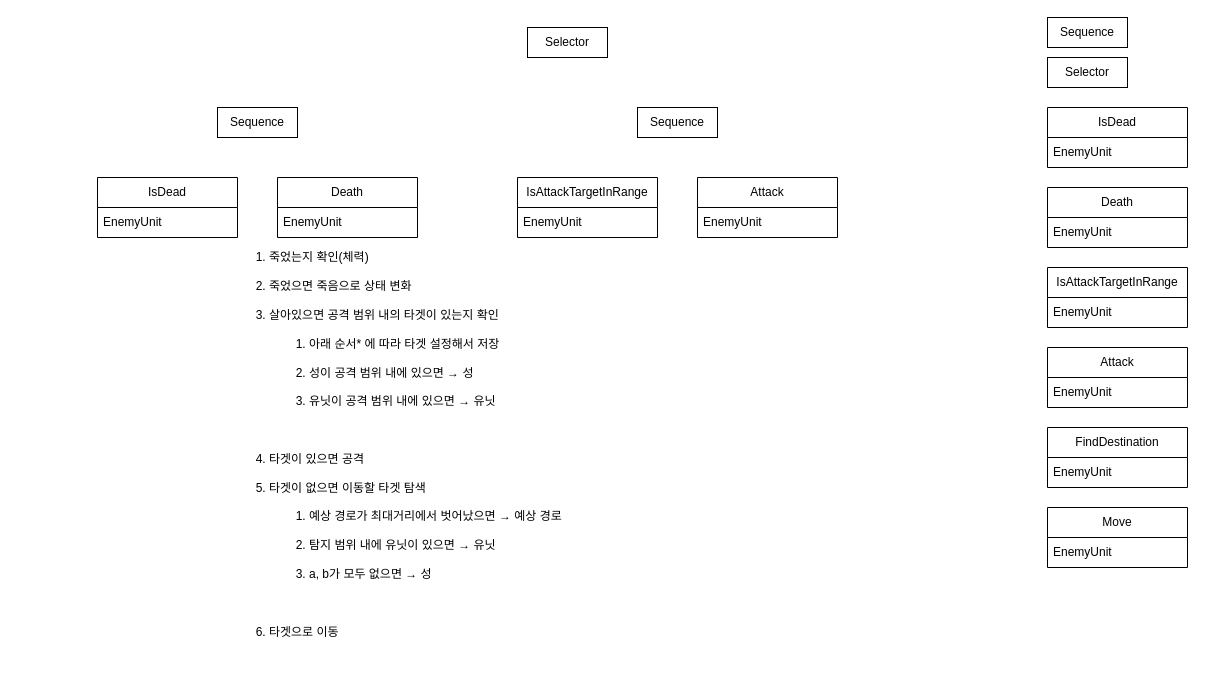
Earlier version of the draw.io diagram lastcastle_enemy_bt_diagram.drawio (HyoSupSong/drawio). Source tidied: cells renumbered, new cells numbered last; positions are measured from the earlier drawing's top-left corner, leaving out a move shared by most shapes. Both pictures are drawn from the tidied source at 100%, with x=0, y=0 at pixel (97, 17).
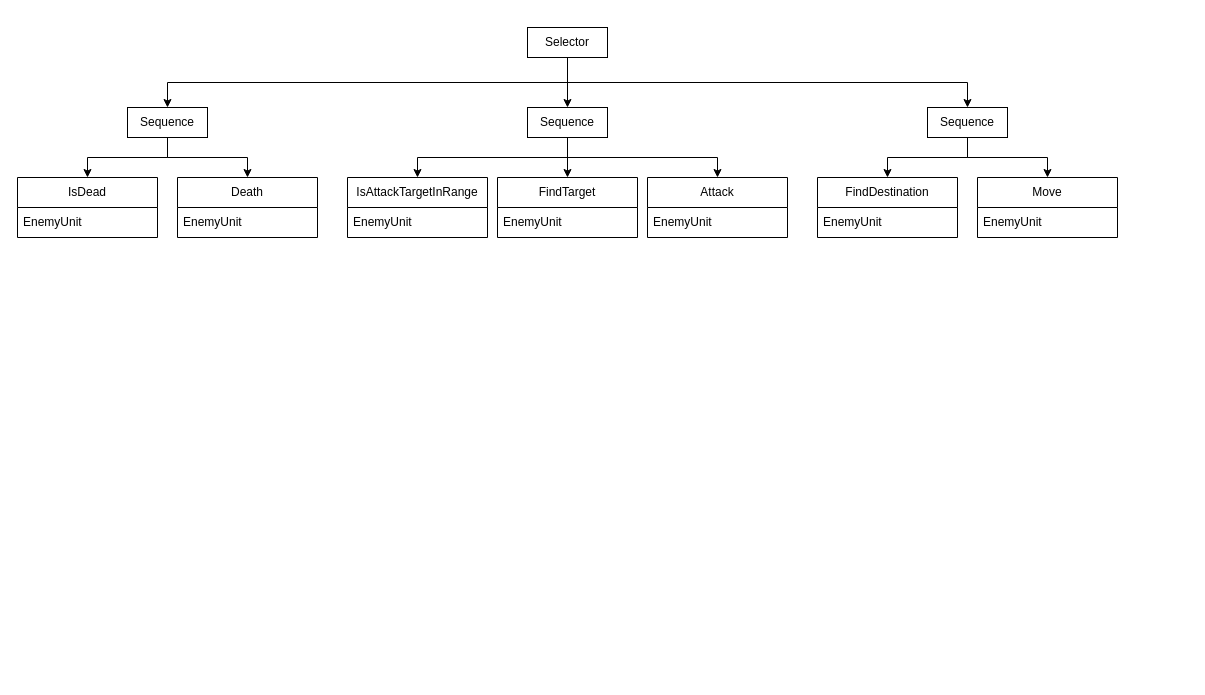
After the change.

The change refers to these unchanged cells:
```xml
<mxCell id="6" value="Selector" style="rounded=0;whiteSpace=wrap;html=1;" parent="1" vertex="1">
  <mxGeometry x="430" y="10" width="80" height="30" as="geometry" />
</mxCell>
```

What changed in the source:
```diff
@@
-    <mxCell id="2" value="Selector" style="rounded=0;whiteSpace=wrap;html=1;" parent="1" vertex="1">
-      <mxGeometry x="950" y="40" width="80" height="30" as="geometry" />
-    </mxCell>
-    <mxCell id="3" value="Sequence" style="rounded=0;whiteSpace=wrap;html=1;" parent="1" vertex="1">
-      <mxGeometry x="950" width="80" height="30" as="geometry" />
-    </mxCell>
-    <mxCell id="4" value="IsDead" style="swimlane;fontStyle=0;horizontal=1;startSize=30;whiteSpace=wrap;html=1;" parent="1" vertex="1">
-      <mxGeometry x="950" y="90" width="140" height="60" as="geometry" />
-    </mxCell>
-    <mxCell id="5" value="EnemyUnit" style="text;strokeColor=none;fillColor=none;align=left;verticalAlign=middle;spacingLeft=4;spacingRight=4;overflow=hidden;whiteSpace=wrap;html=1;" parent="4" vertex="1">
-      <mxGeometry y="30" width="140" height="30" as="geometry" />
-    </mxCell>
+    <mxCell id="28" style="edgeStyle=orthogonalEdgeStyle;rounded=0;jettySize=auto;html=1;exitX=0.5;exitY=1;exitDx=0;exitDy=0;entryX=0.5;entryY=0;entryDx=0;entryDy=0;" parent="1" edge="1" source="6" target="18">
+      <mxGeometry relative="1" as="geometry" />
+    </mxCell>
+    <mxCell id="29" style="edgeStyle=orthogonalEdgeStyle;rounded=0;jettySize=auto;html=1;exitX=0.5;exitY=1;exitDx=0;exitDy=0;entryX=0.5;entryY=0;entryDx=0;entryDy=0;" parent="1" edge="1" source="6" target="25">
+      <mxGeometry relative="1" as="geometry" />
+    </mxCell>
+    <mxCell id="30" style="edgeStyle=orthogonalEdgeStyle;rounded=0;jettySize=auto;html=1;exitX=0.5;exitY=1;exitDx=0;exitDy=0;entryX=0.5;entryY=0;entryDx=0;entryDy=0;" parent="1" edge="1" source="6" target="3">
+      <mxGeometry relative="1" as="geometry" />
+    </mxCell>
@@
-    <mxCell id="7" value="IsAttackTargetInRange" style="swimlane;fontStyle=0;horizontal=1;startSize=30;whiteSpace=wrap;html=1;" parent="1" vertex="1">
-      <mxGeometry x="950" y="250" width="140" height="60" as="geometry" />
-    </mxCell>
-    <mxCell id="8" value="EnemyUnit" style="text;strokeColor=none;fillColor=none;align=left;verticalAlign=middle;spacingLeft=4;spacingRight=4;overflow=hidden;whiteSpace=wrap;html=1;" parent="7" vertex="1">
-      <mxGeometry y="30" width="140" height="30" as="geometry" />
-    </mxCell>
-    <mxCell id="9" value="FindDestination" style="swimlane;fontStyle=0;horizontal=1;startSize=30;whiteSpace=wrap;html=1;" parent="1" vertex="1">
-      <mxGeometry x="950" y="410" width="140" height="60" as="geometry" />
-    </mxCell>
-    <mxCell id="10" value="EnemyUnit" style="text;strokeColor=none;fillColor=none;align=left;verticalAlign=middle;spacingLeft=4;spacingRight=4;overflow=hidden;whiteSpace=wrap;html=1;" parent="9" vertex="1">
-      <mxGeometry y="30" width="140" height="30" as="geometry" />
-    </mxCell>
-    <mxCell id="11" value="Move" style="swimlane;fontStyle=0;horizontal=1;startSize=30;whiteSpace=wrap;html=1;" parent="1" vertex="1">
-      <mxGeometry x="950" y="490" width="140" height="60" as="geometry" />
-    </mxCell>
-    <mxCell id="12" value="EnemyUnit" style="text;strokeColor=none;fillColor=none;align=left;verticalAlign=middle;spacingLeft=4;spacingRight=4;overflow=hidden;whiteSpace=wrap;html=1;" parent="11" vertex="1">
-      <mxGeometry y="30" width="140" height="30" as="geometry" />
-    </mxCell>
-    <mxCell id="13" value="Death" style="swimlane;fontStyle=0;horizontal=1;startSize=30;whiteSpace=wrap;html=1;" parent="1" vertex="1">
-      <mxGeometry x="950" y="170" width="140" height="60" as="geometry" />
-    </mxCell>
-    <mxCell id="14" value="EnemyUnit" style="text;strokeColor=none;fillColor=none;align=left;verticalAlign=middle;spacingLeft=4;spacingRight=4;overflow=hidden;whiteSpace=wrap;html=1;" parent="13" vertex="1">
-      <mxGeometry y="30" width="140" height="30" as="geometry" />
-    </mxCell>
-    <mxCell id="15" value="Attack" style="swimlane;fontStyle=0;horizontal=1;startSize=30;whiteSpace=wrap;html=1;" parent="1" vertex="1">
-      <mxGeometry x="950" y="330" width="140" height="60" as="geometry" />
-    </mxCell>
-    <mxCell id="16" value="EnemyUnit" style="text;strokeColor=none;fillColor=none;align=left;verticalAlign=middle;spacingLeft=4;spacingRight=4;overflow=hidden;whiteSpace=wrap;html=1;" parent="15" vertex="1">
-      <mxGeometry y="30" width="140" height="30" as="geometry" />
-    </mxCell>
-    <mxCell id="17" value="&lt;ol&gt;&#10;&lt;li&gt;죽었는지 확인(체력)&lt;/li&gt;&#10;&lt;li&gt;죽었으면 죽음으로 상태 변화&lt;/li&gt;&#10;&lt;li&gt;살아있으면 공격 범위 내의 타겟이 있는지 확인&#10;&lt;ol&gt;&#10;&lt;li&gt;아래 순서* 에 따라 타겟 설정해서 저장&lt;/li&gt;&#10;&lt;li&gt;성이 공격 범위 내에 있으면 → 성&lt;/li&gt;&#10;&lt;li&gt;유닛이 공격 범위 내에 있으면 → 유닛&lt;/li&gt;&#10;&lt;/ol&gt;&#10;&lt;/li&gt;&#10;&lt;li&gt;타겟이 있으면 공격&lt;/li&gt;&#10;&lt;li&gt;타겟이 없으면 이동할 타겟 탐색&#10;&lt;ol&gt;&#10;&lt;li&gt;예상 경로가 최대거리에서 벗어났으면 → 예상 경로&lt;/li&gt;&#10;&lt;li&gt;탐지 범위 내에 유닛이 있으면 → 유닛&lt;/li&gt;&#10;&lt;li&gt;a, b가 모두 없으면 → 성&lt;/li&gt;&#10;&lt;/ol&gt;&#10;&lt;/li&gt;&#10;&lt;li&gt;타겟으로 이동&lt;/li&gt;&#10;&lt;/ol&gt;" style="text;whiteSpace=wrap;html=1;" parent="1" vertex="1">
-      <mxGeometry x="130" y="200" width="390" height="460" as="geometry" />
-    </mxCell>
+    <mxCell id="31" style="edgeStyle=orthogonalEdgeStyle;rounded=0;jettySize=auto;html=1;exitX=0.5;exitY=1;exitDx=0;exitDy=0;entryX=0.5;entryY=0;entryDx=0;entryDy=0;" parent="1" edge="1" source="18" target="19">
+      <mxGeometry relative="1" as="geometry" />
+    </mxCell>
+    <mxCell id="32" style="edgeStyle=orthogonalEdgeStyle;rounded=0;jettySize=auto;html=1;exitX=0.5;exitY=1;exitDx=0;exitDy=0;entryX=0.5;entryY=0;entryDx=0;entryDy=0;" parent="1" edge="1" source="18" target="21">
+      <mxGeometry relative="1" as="geometry" />
+    </mxCell>
     <mxCell id="18" value="Sequence" style="rounded=0;whiteSpace=wrap;html=1;" parent="1" vertex="1">
-      <mxGeometry x="120" y="90" width="80" height="30" as="geometry" />
+      <mxGeometry x="30" y="90" width="80" height="30" as="geometry" />
     </mxCell>
     <mxCell id="19" value="IsDead" style="swimlane;fontStyle=0;horizontal=1;startSize=30;whiteSpace=wrap;html=1;" parent="1" vertex="1">
-      <mxGeometry y="160" width="140" height="60" as="geometry" />
+      <mxGeometry x="-80" y="160" width="140" height="60" as="geometry" />
     </mxCell>
@@
     <mxCell id="21" value="Death" style="swimlane;fontStyle=0;horizontal=1;startSize=30;whiteSpace=wrap;html=1;" parent="1" vertex="1">
-      <mxGeometry x="180" y="160" width="140" height="60" as="geometry" />
+      <mxGeometry x="80" y="160" width="140" height="60" as="geometry" />
     </mxCell>
@@
     <mxCell id="23" value="IsAttackTargetInRange" style="swimlane;fontStyle=0;horizontal=1;startSize=30;whiteSpace=wrap;html=1;" parent="1" vertex="1">
-      <mxGeometry x="420" y="160" width="140" height="60" as="geometry" />
+      <mxGeometry x="250" y="160" width="140" height="60" as="geometry" />
     </mxCell>
@@
+    <mxCell id="33" style="edgeStyle=orthogonalEdgeStyle;rounded=0;jettySize=auto;html=1;exitX=0.5;exitY=1;exitDx=0;exitDy=0;entryX=0.5;entryY=0;entryDx=0;entryDy=0;" parent="1" edge="1" source="25" target="23">
+      <mxGeometry relative="1" as="geometry" />
+    </mxCell>
+    <mxCell id="34" style="edgeStyle=orthogonalEdgeStyle;rounded=0;jettySize=auto;html=1;exitX=0.5;exitY=1;exitDx=0;exitDy=0;entryX=0.5;entryY=0;entryDx=0;entryDy=0;" parent="1" edge="1" source="25" target="36">
+      <mxGeometry relative="1" as="geometry" />
+    </mxCell>
+    <mxCell id="35" style="edgeStyle=orthogonalEdgeStyle;rounded=0;jettySize=auto;html=1;exitX=0.5;exitY=1;exitDx=0;exitDy=0;entryX=0.5;entryY=0;entryDx=0;entryDy=0;" parent="1" edge="1" source="25" target="26">
+      <mxGeometry relative="1" as="geometry" />
+    </mxCell>
     <mxCell id="25" value="Sequence" style="rounded=0;whiteSpace=wrap;html=1;" parent="1" vertex="1">
-      <mxGeometry x="540" y="90" width="80" height="30" as="geometry" />
+      <mxGeometry x="430" y="90" width="80" height="30" as="geometry" />
     </mxCell>
     <mxCell id="26" value="Attack" style="swimlane;fontStyle=0;horizontal=1;startSize=30;whiteSpace=wrap;html=1;" parent="1" vertex="1">
-      <mxGeometry x="600" y="160" width="140" height="60" as="geometry" />
+      <mxGeometry x="550" y="160" width="140" height="60" as="geometry" />
     </mxCell>
@@
+    <mxCell id="36" value="FindTarget" style="swimlane;fontStyle=0;horizontal=1;startSize=30;whiteSpace=wrap;html=1;" parent="1" vertex="1">
+      <mxGeometry x="400" y="160" width="140" height="60" as="geometry" />
+    </mxCell>
+    <mxCell id="37" value="EnemyUnit" style="text;strokeColor=none;fillColor=none;align=left;verticalAlign=middle;spacingLeft=4;spacingRight=4;overflow=hidden;whiteSpace=wrap;html=1;" parent="36" vertex="1">
+      <mxGeometry y="30" width="140" height="30" as="geometry" />
+    </mxCell>
+    <mxCell id="9" value="FindDestination" style="swimlane;fontStyle=0;horizontal=1;startSize=30;whiteSpace=wrap;html=1;" parent="1" vertex="1">
+      <mxGeometry x="720" y="160" width="140" height="60" as="geometry" />
+    </mxCell>
+    <mxCell id="38" value="EnemyUnit" style="text;strokeColor=none;fillColor=none;align=left;verticalAlign=middle;spacingLeft=4;spacingRight=4;overflow=hidden;whiteSpace=wrap;html=1;" parent="9" vertex="1">
+      <mxGeometry y="30" width="140" height="30" as="geometry" />
+    </mxCell>
+    <mxCell id="39" style="edgeStyle=orthogonalEdgeStyle;rounded=0;jettySize=auto;html=1;exitX=0.5;exitY=1;exitDx=0;exitDy=0;entryX=0.5;entryY=0;entryDx=0;entryDy=0;" parent="1" edge="1" source="3" target="9">
+      <mxGeometry relative="1" as="geometry" />
+    </mxCell>
+    <mxCell id="40" style="edgeStyle=orthogonalEdgeStyle;rounded=0;jettySize=auto;html=1;exitX=0.5;exitY=1;exitDx=0;exitDy=0;entryX=0.5;entryY=0;entryDx=0;entryDy=0;" parent="1" edge="1" source="3" target="11">
+      <mxGeometry relative="1" as="geometry" />
+    </mxCell>
+    <mxCell id="3" value="Sequence" style="rounded=0;whiteSpace=wrap;html=1;" parent="1" vertex="1">
+      <mxGeometry x="830" y="90" width="80" height="30" as="geometry" />
+    </mxCell>
+    <mxCell id="11" value="Move" style="swimlane;fontStyle=0;horizontal=1;startSize=30;whiteSpace=wrap;html=1;" parent="1" vertex="1">
+      <mxGeometry x="880" y="160" width="140" height="60" as="geometry" />
+    </mxCell>
+    <mxCell id="41" value="EnemyUnit" style="text;strokeColor=none;fillColor=none;align=left;verticalAlign=middle;spacingLeft=4;spacingRight=4;overflow=hidden;whiteSpace=wrap;html=1;" parent="11" vertex="1">
+      <mxGeometry y="30" width="140" height="30" as="geometry" />
+    </mxCell>
```
